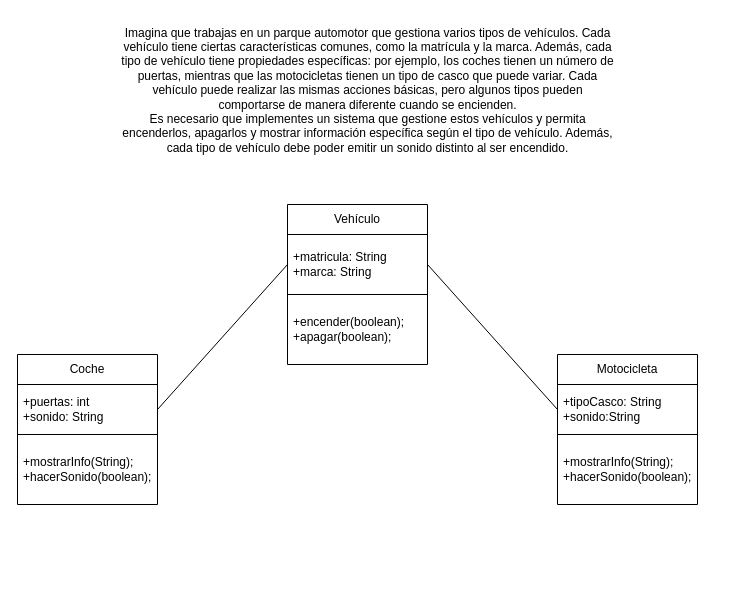
AngelPostigo27/ENTORNO-DE-DESARROLLO keeps this draw.io diagram as page "Página-1" (1 of 2) of Ej1-APR.drawio. Above is the earlier version. Source tidied: cells renumbered, new cells numbered last; positions are measured from the earlier drawing's top-left corner, leaving out a move shared by most shapes. Both pictures are drawn from the tidied source at 100%, with x=0, y=0 at pixel (17, 17).
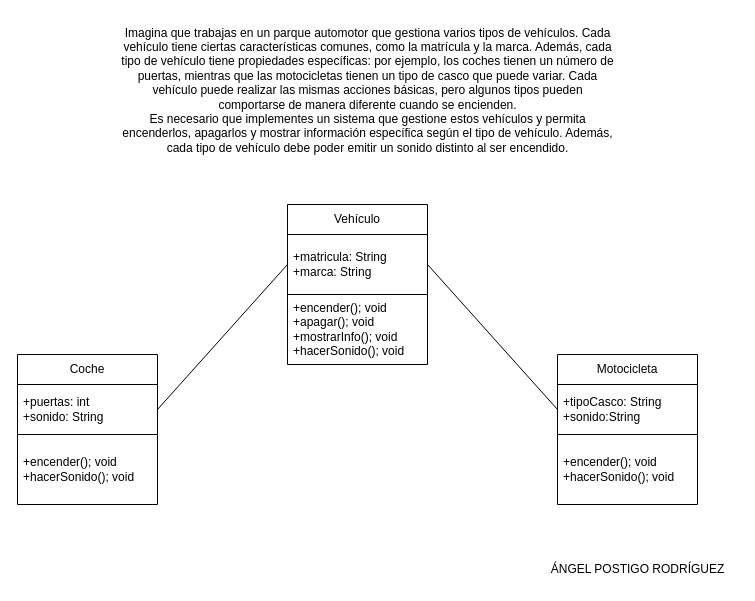
After the change.

Change to the diagram source:
```diff
@@
 <mxGraphModel>
   <root>
     <mxCell id="0" />
     <mxCell id="1" parent="0" />
     <mxCell id="2" value="Vehículo" style="swimlane;fontStyle=0;horizontal=1;startSize=30;whiteSpace=wrap;html=1;" parent="1" vertex="1">
       <mxGeometry x="270" y="187" width="140" height="160" as="geometry" />
     </mxCell>
     <mxCell id="3" value="+matricula: String&lt;div&gt;+marca: String&lt;/div&gt;" style="text;strokeColor=default;fillColor=none;align=left;verticalAlign=middle;spacingLeft=4;spacingRight=4;overflow=hidden;points=[[0,0.5],[1,0.5]];portConstraint=eastwest;whiteSpace=wrap;html=1;" parent="2" vertex="1">
       <mxGeometry y="30" width="140" height="60" as="geometry" />
     </mxCell>
-    <mxCell id="4" value="+encender(boolean);&lt;div&gt;+apagar(boolean);&lt;span style=&quot;background-color: transparent; color: light-dark(rgb(0, 0, 0), rgb(255, 255, 255));&quot;&gt;&amp;nbsp;&lt;/span&gt;&lt;/div&gt;" style="text;strokeColor=none;fillColor=none;align=left;verticalAlign=middle;spacingLeft=4;spacingRight=4;overflow=hidden;whiteSpace=wrap;html=1;" parent="2" vertex="1">
+    <mxCell id="4" value="+encender(); void&lt;div&gt;+apagar();&lt;span style=&quot;background-color: transparent; color: light-dark(rgb(0, 0, 0), rgb(255, 255, 255));&quot;&gt;&amp;nbsp;void&lt;/span&gt;&lt;/div&gt;&lt;div&gt;+mostrarInfo(); void&lt;span style=&quot;background-color: transparent; color: light-dark(rgb(0, 0, 0), rgb(255, 255, 255));&quot;&gt;&lt;/span&gt;&lt;/div&gt;&lt;div&gt;&lt;span style=&quot;background-color: transparent; color: light-dark(rgb(0, 0, 0), rgb(255, 255, 255));&quot;&gt;+hacerSonido(); void&lt;/span&gt;&lt;/div&gt;" style="text;strokeColor=none;fillColor=none;align=left;verticalAlign=middle;spacingLeft=4;spacingRight=4;overflow=hidden;whiteSpace=wrap;html=1;" parent="2" vertex="1">
       <mxGeometry y="90" width="140" height="70" as="geometry" />
     </mxCell>
     <mxCell id="5" value="Imagina que trabajas en un parque automotor que gestiona varios tipos de vehículos. Cada&lt;br/&gt;vehículo tiene ciertas características comunes, como la matrícula y la marca. Además, cada&lt;br/&gt;tipo de vehículo tiene propiedades específicas: por ejemplo, los coches tienen un número de&lt;br/&gt;puertas, mientras que las motocicletas tienen un tipo de casco que puede variar. Cada&lt;br/&gt;vehículo puede realizar las mismas acciones básicas, pero algunos tipos pueden&lt;br/&gt;comportarse de manera diferente cuando se encienden.&lt;br/&gt;Es necesario que implementes un sistema que gestione estos vehículos y permita&lt;br/&gt;encenderlos, apagarlos y mostrar información específica según el tipo de vehículo. Además,&lt;br/&gt;cada tipo de vehículo debe poder emitir un sonido distinto al ser encendido.&lt;div&gt;&lt;br/&gt;&lt;/div&gt;" style="text;html=1;align=center;verticalAlign=middle;strokeColor=none;fillColor=none;" parent="1" vertex="1">
       <mxGeometry x="90" width="520" height="160" as="geometry" />
     </mxCell>
     <mxCell id="6" value="Coche" style="swimlane;fontStyle=0;horizontal=1;startSize=30;whiteSpace=wrap;html=1;" parent="1" vertex="1">
       <mxGeometry y="337" width="140" height="150" as="geometry" />
     </mxCell>
     <mxCell id="7" value="+puertas: int&lt;div&gt;+sonido: String&lt;/div&gt;" style="text;strokeColor=default;fillColor=none;align=left;verticalAlign=middle;spacingLeft=4;spacingRight=4;overflow=hidden;points=[[0,0.5],[1,0.5]];portConstraint=eastwest;whiteSpace=wrap;html=1;" parent="6" vertex="1">
       <mxGeometry y="30" width="140" height="50" as="geometry" />
     </mxCell>
-    <mxCell id="8" value="+mostrarInfo(String);&lt;div&gt;+hacerSonido(boolean);&lt;/div&gt;" style="text;strokeColor=none;fillColor=none;align=left;verticalAlign=middle;spacingLeft=4;spacingRight=4;overflow=hidden;whiteSpace=wrap;html=1;" parent="6" vertex="1">
+    <mxCell id="8" value="+encender(); void&lt;div&gt;+hacerSonido(); void&lt;/div&gt;" style="text;strokeColor=none;fillColor=none;align=left;verticalAlign=middle;spacingLeft=4;spacingRight=4;overflow=hidden;whiteSpace=wrap;html=1;" parent="6" vertex="1">
       <mxGeometry y="80" width="140" height="70" as="geometry" />
     </mxCell>
     <mxCell id="9" value="Motocicleta" style="swimlane;fontStyle=0;horizontal=1;startSize=30;whiteSpace=wrap;html=1;" parent="1" vertex="1">
       <mxGeometry x="540" y="337" width="140" height="150" as="geometry" />
     </mxCell>
     <mxCell id="10" value="+tipoCasco: String&lt;div&gt;+sonido:String&lt;/div&gt;" style="text;strokeColor=default;fillColor=none;align=left;verticalAlign=middle;spacingLeft=4;spacingRight=4;overflow=hidden;points=[[0,0.5],[1,0.5]];portConstraint=eastwest;whiteSpace=wrap;html=1;" parent="9" vertex="1">
       <mxGeometry y="30" width="140" height="50" as="geometry" />
     </mxCell>
-    <mxCell id="11" value="+mostrarInfo(String);&lt;div&gt;+hacerSonido(boolean);&lt;/div&gt;" style="text;strokeColor=none;fillColor=none;align=left;verticalAlign=middle;spacingLeft=4;spacingRight=4;overflow=hidden;whiteSpace=wrap;html=1;" parent="9" vertex="1">
+    <mxCell id="11" value="+encender(); void&lt;div&gt;+hacerSonido(); void&lt;/div&gt;" style="text;strokeColor=none;fillColor=none;align=left;verticalAlign=middle;spacingLeft=4;spacingRight=4;overflow=hidden;whiteSpace=wrap;html=1;" parent="9" vertex="1">
       <mxGeometry y="80" width="140" height="70" as="geometry" />
     </mxCell>
     <mxCell id="12" style="endArrow=none;html=1;rounded=0;entryX=0;entryY=0.5;entryDx=0;entryDy=0;exitX=1;exitY=0.5;exitDx=0;exitDy=0;" parent="1" edge="1" source="7" target="3">
       <mxGeometry relative="1" as="geometry" />
     </mxCell>
     <mxCell id="13" style="endArrow=none;html=1;rounded=0;entryX=1;entryY=0.5;entryDx=0;entryDy=0;exitX=0;exitY=0.5;exitDx=0;exitDy=0;" parent="1" edge="1" source="10" target="3">
       <mxGeometry relative="1" as="geometry" />
     </mxCell>
+    <mxCell id="14" value="ÁNGEL POSTIGO RODRÍGUEZ" style="text;html=1;align=center;verticalAlign=middle;strokeColor=none;fillColor=none;" parent="1" vertex="1">
+      <mxGeometry x="520" y="537" width="200" height="30" as="geometry" />
+    </mxCell>
   </root>
 </mxGraphModel>
```
